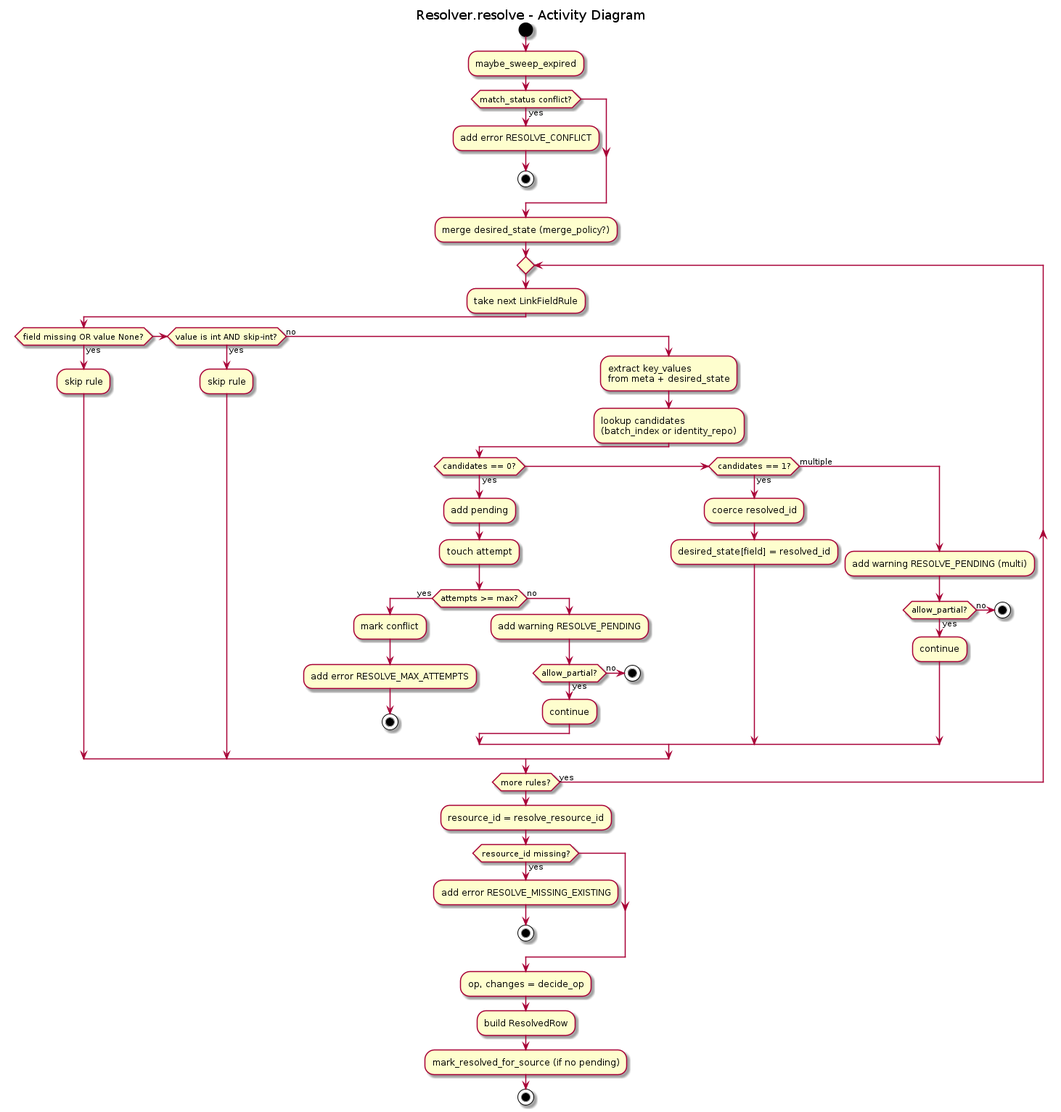
Before: docs/uml/transform/resolver/resolver_activity.png, a diagram exported from PlantUML (xORex-LC/nexus-etl). Its source is kept beside it as docs/uml/transform/resolver/resolver_activity.puml.
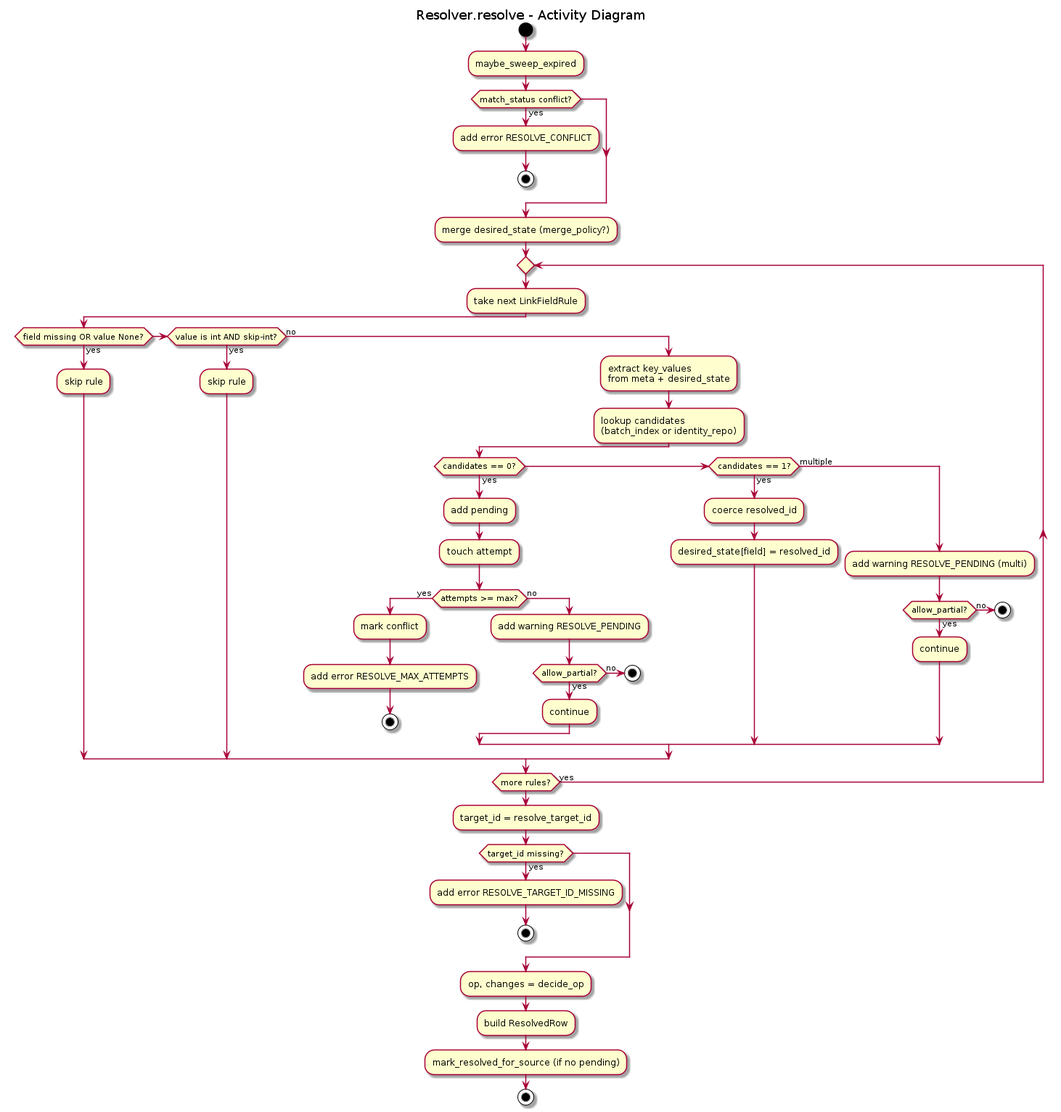
Above is the later version.

Change to the diagram source:
```diff
@@ -51,9 +51,9 @@
   endif
 repeat while (more rules?) is (yes)
 
-:resource_id = resolve_resource_id;
-if (resource_id missing?) then (yes)
-  :add error RESOLVE_MISSING_EXISTING;
+:target_id = resolve_target_id;
+if (target_id missing?) then (yes)
+  :add error RESOLVE_TARGET_ID_MISSING;
   stop
 endif
 
```
